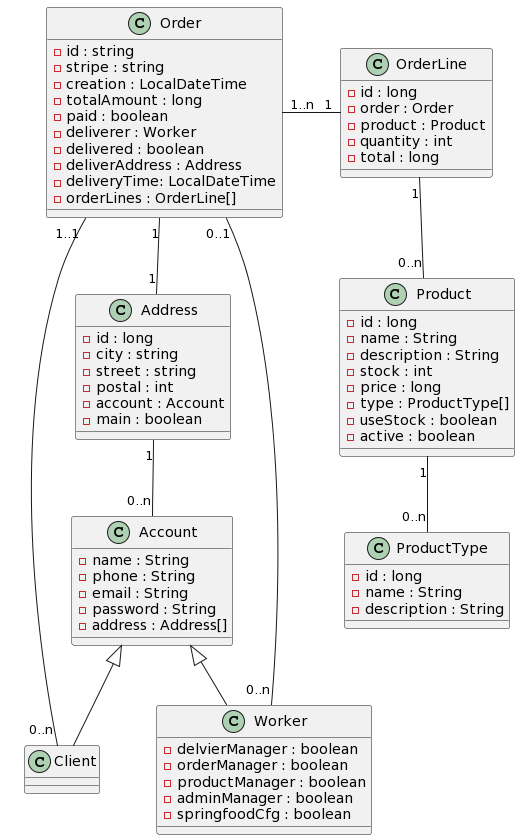
Above: documents/class-diag.png in xaviqo/SpringFood3 (PlantUML), before the change. The source it was exported from:
```plantuml
@startuml
Address "1" -- "0..n" Account
Address "1" -u- "1" Order
Client "0..n" -- "1..1" Order
Worker "0..n" --- "0..1" Order
Order "1..n" -r- "1" OrderLine
OrderLine "1" -- "0..n" Product
Product "1" -d- "0..n" ProductType

Class Address {
    - id : long
    - city : string
    - street : string
    - postal : int
    - account : Account
    - main : boolean
}

Class Account {
    - name : String
    - phone : String
    - email : String
    - password : String
    - address : Address[]
}

Class Worker extends Account{
    - delvierManager : boolean
    - orderManager : boolean
    - productManager : boolean
    - adminManager : boolean
    - springfoodCfg : boolean
}

Class Client extends Account{

}

Class Order {
    - id : string
    - stripe : string
    - creation : LocalDateTime
    - totalAmount : long
    - paid : boolean
    - deliverer : Worker
    - delivered : boolean
    - deliverAddress : Address
    - deliveryTime: LocalDateTime
    - orderLines : OrderLine[]
}

Class OrderLine {
    - id : long
    - order : Order
    - product : Product
    - quantity : int
    - total : long
}

Class Product {
    - id : long
    - name : String
    - description : String
    - stock : int
    - price : long
    - type : ProductType[]
    - useStock : boolean
    - active : boolean
}

Class ProductType {
    - id : long
    - name : String
    - description : String
}
@enduml
```
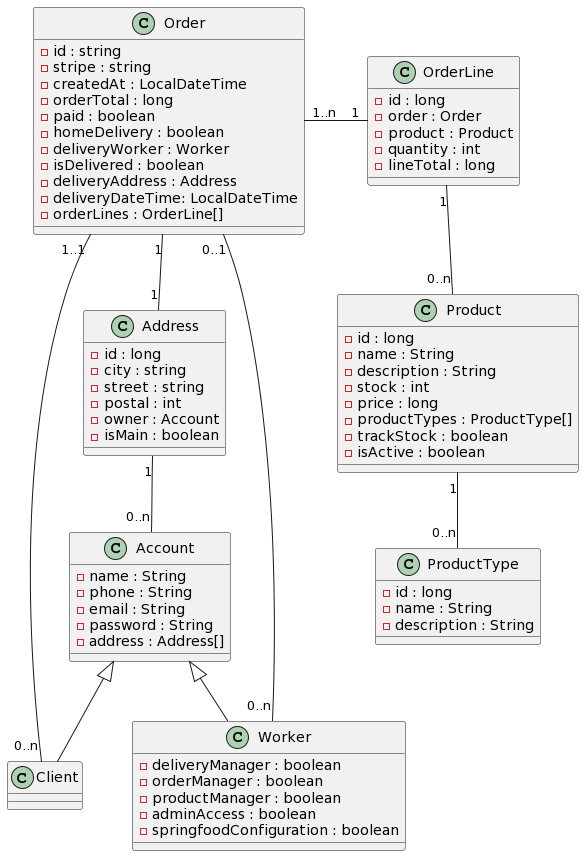
Above is the later version.

What changed in the source:
```diff
@@ -12,8 +12,8 @@
     - city : string
     - street : string
     - postal : int
-    - account : Account
-    - main : boolean
+    - owner : Account
+    - isMain : boolean
 }
 
 Class Account {
@@ -25,11 +25,11 @@
 }
 
 Class Worker extends Account{
-    - delvierManager : boolean
+    - deliveryManager : boolean
     - orderManager : boolean
     - productManager : boolean
-    - adminManager : boolean
-    - springfoodCfg : boolean
+    - adminAccess : boolean
+    - springfoodConfiguration : boolean
 }
 
 Class Client extends Account{
@@ -39,13 +39,14 @@
 Class Order {
     - id : string
     - stripe : string
-    - creation : LocalDateTime
-    - totalAmount : long
+    - createdAt : LocalDateTime
+    - orderTotal : long
     - paid : boolean
-    - deliverer : Worker
-    - delivered : boolean
-    - deliverAddress : Address
-    - deliveryTime: LocalDateTime
+    - homeDelivery : boolean
+    - deliveryWorker : Worker
+    - isDelivered : boolean
+    - deliveryAddress : Address
+    - deliveryDateTime: LocalDateTime
     - orderLines : OrderLine[]
 }
 
@@ -54,7 +55,7 @@
     - order : Order
     - product : Product
     - quantity : int
-    - total : long
+    - lineTotal : long
 }
 
 Class Product {
@@ -63,9 +64,9 @@
     - description : String
     - stock : int
     - price : long
-    - type : ProductType[]
-    - useStock : boolean
-    - active : boolean
+    - productTypes : ProductType[]
+    - trackStock : boolean
+    - isActive : boolean
 }
 
 Class ProductType {
```
